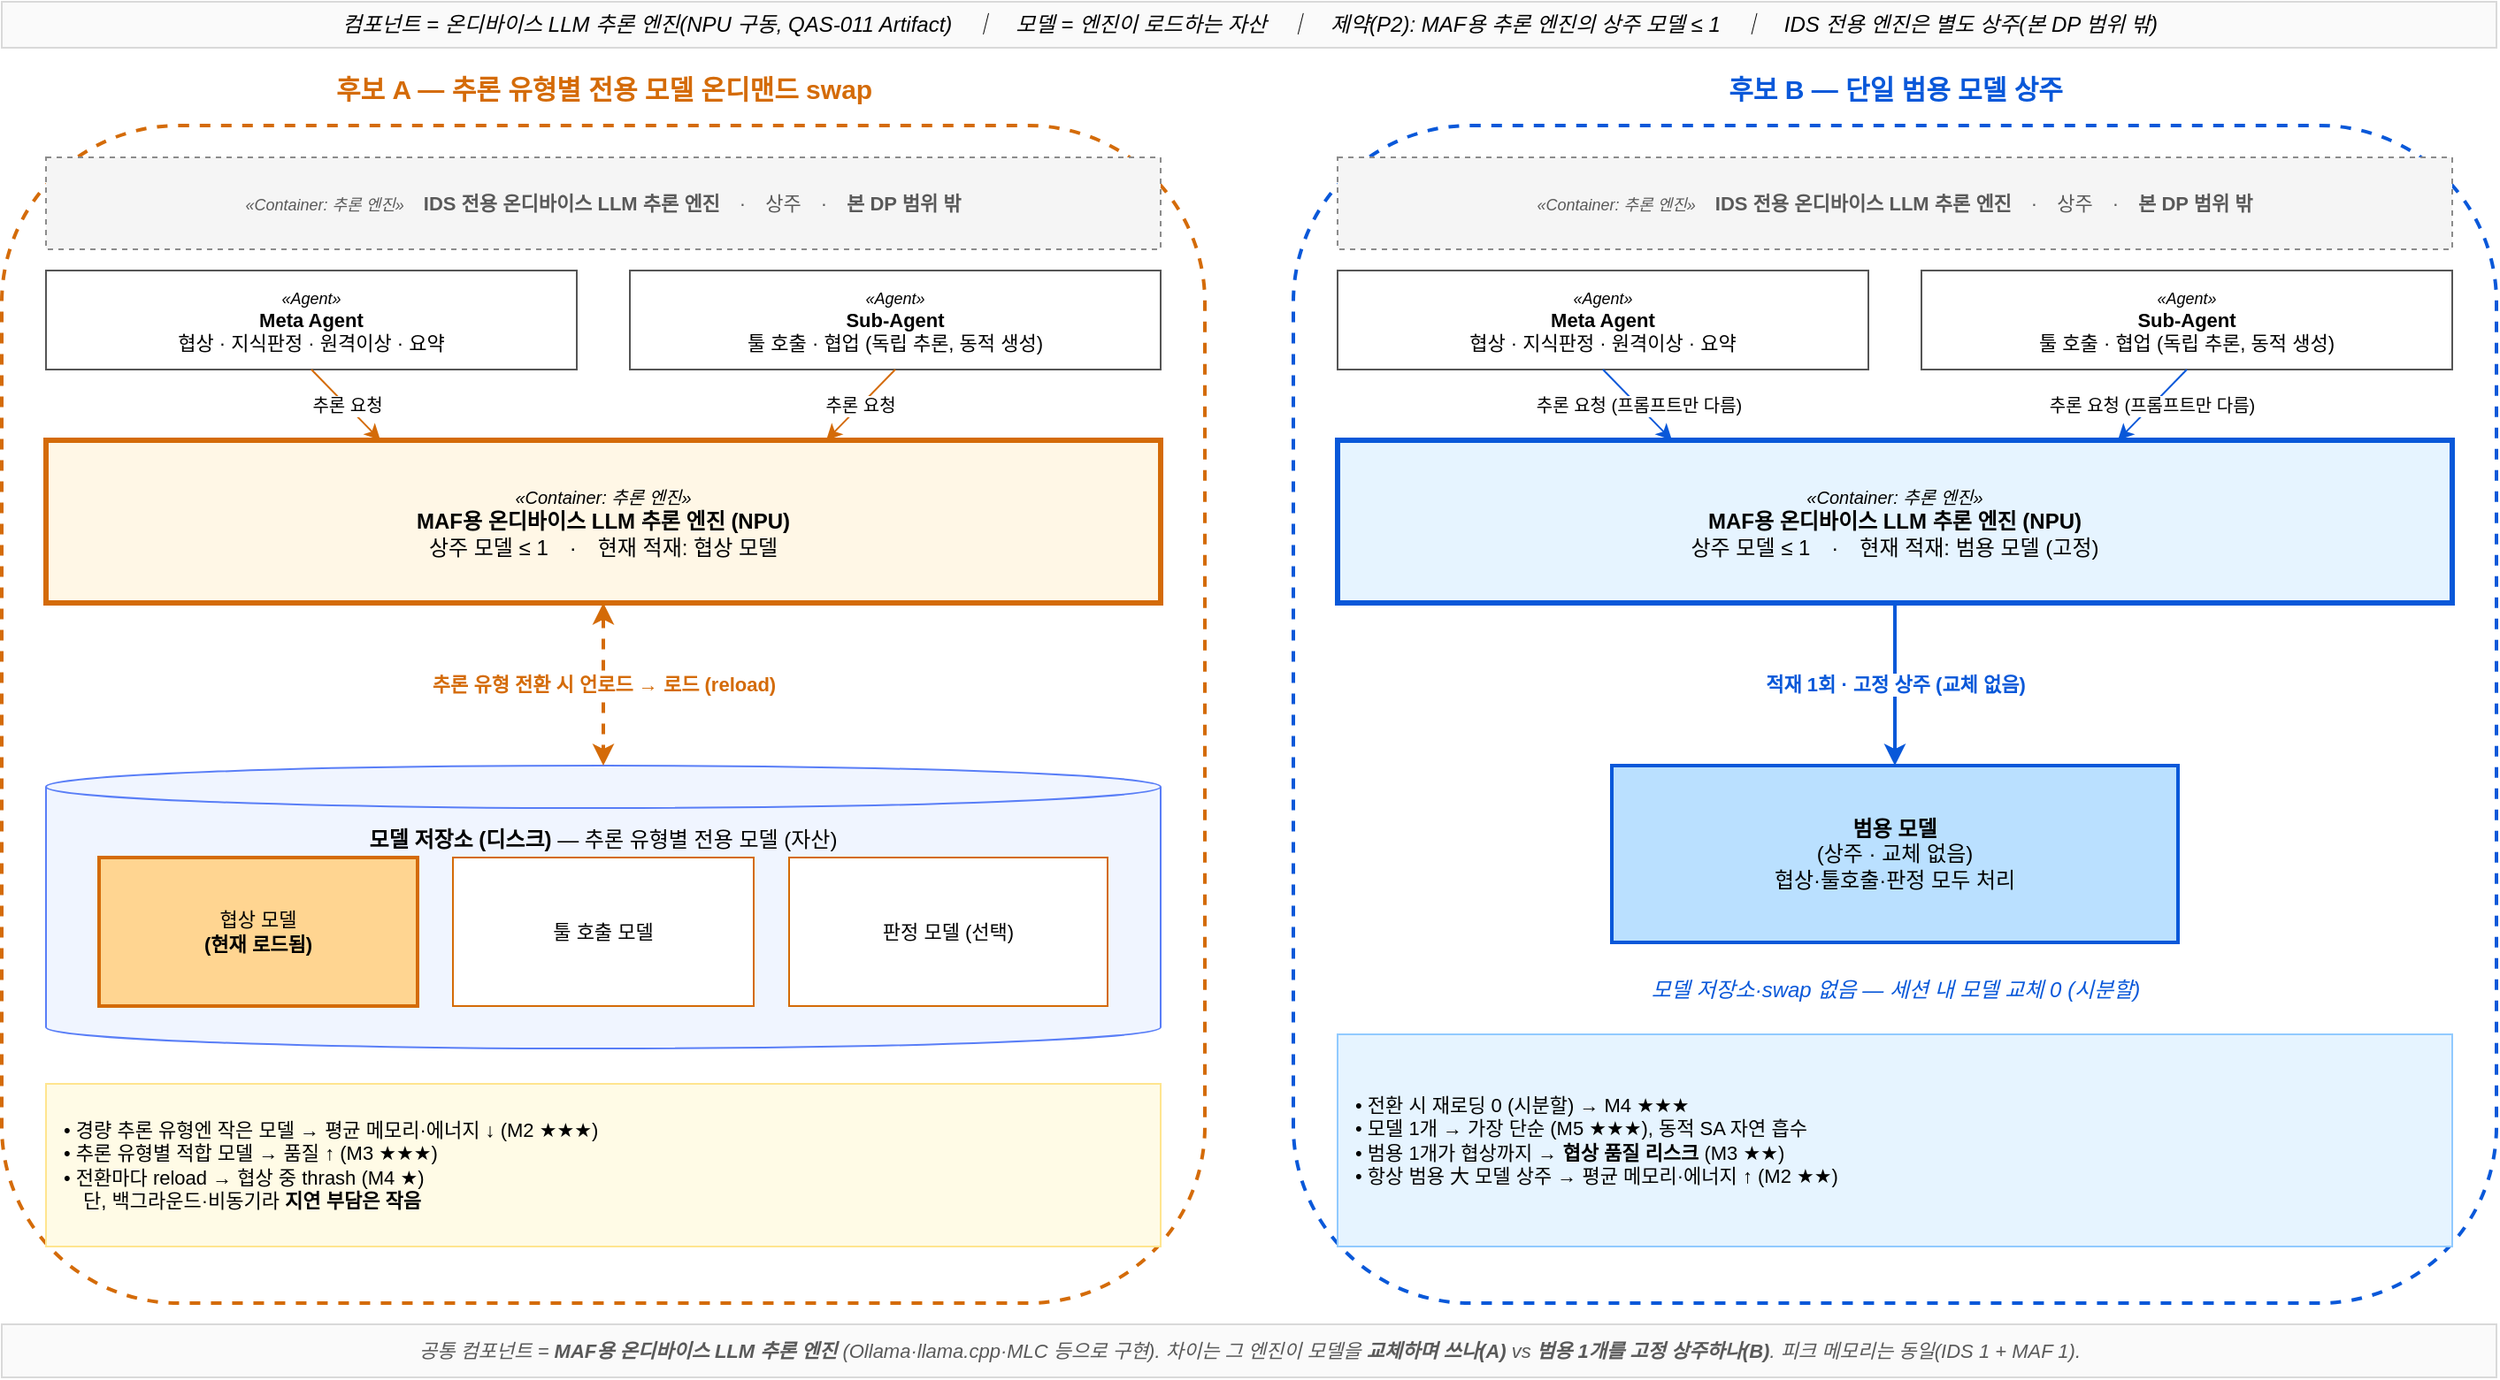
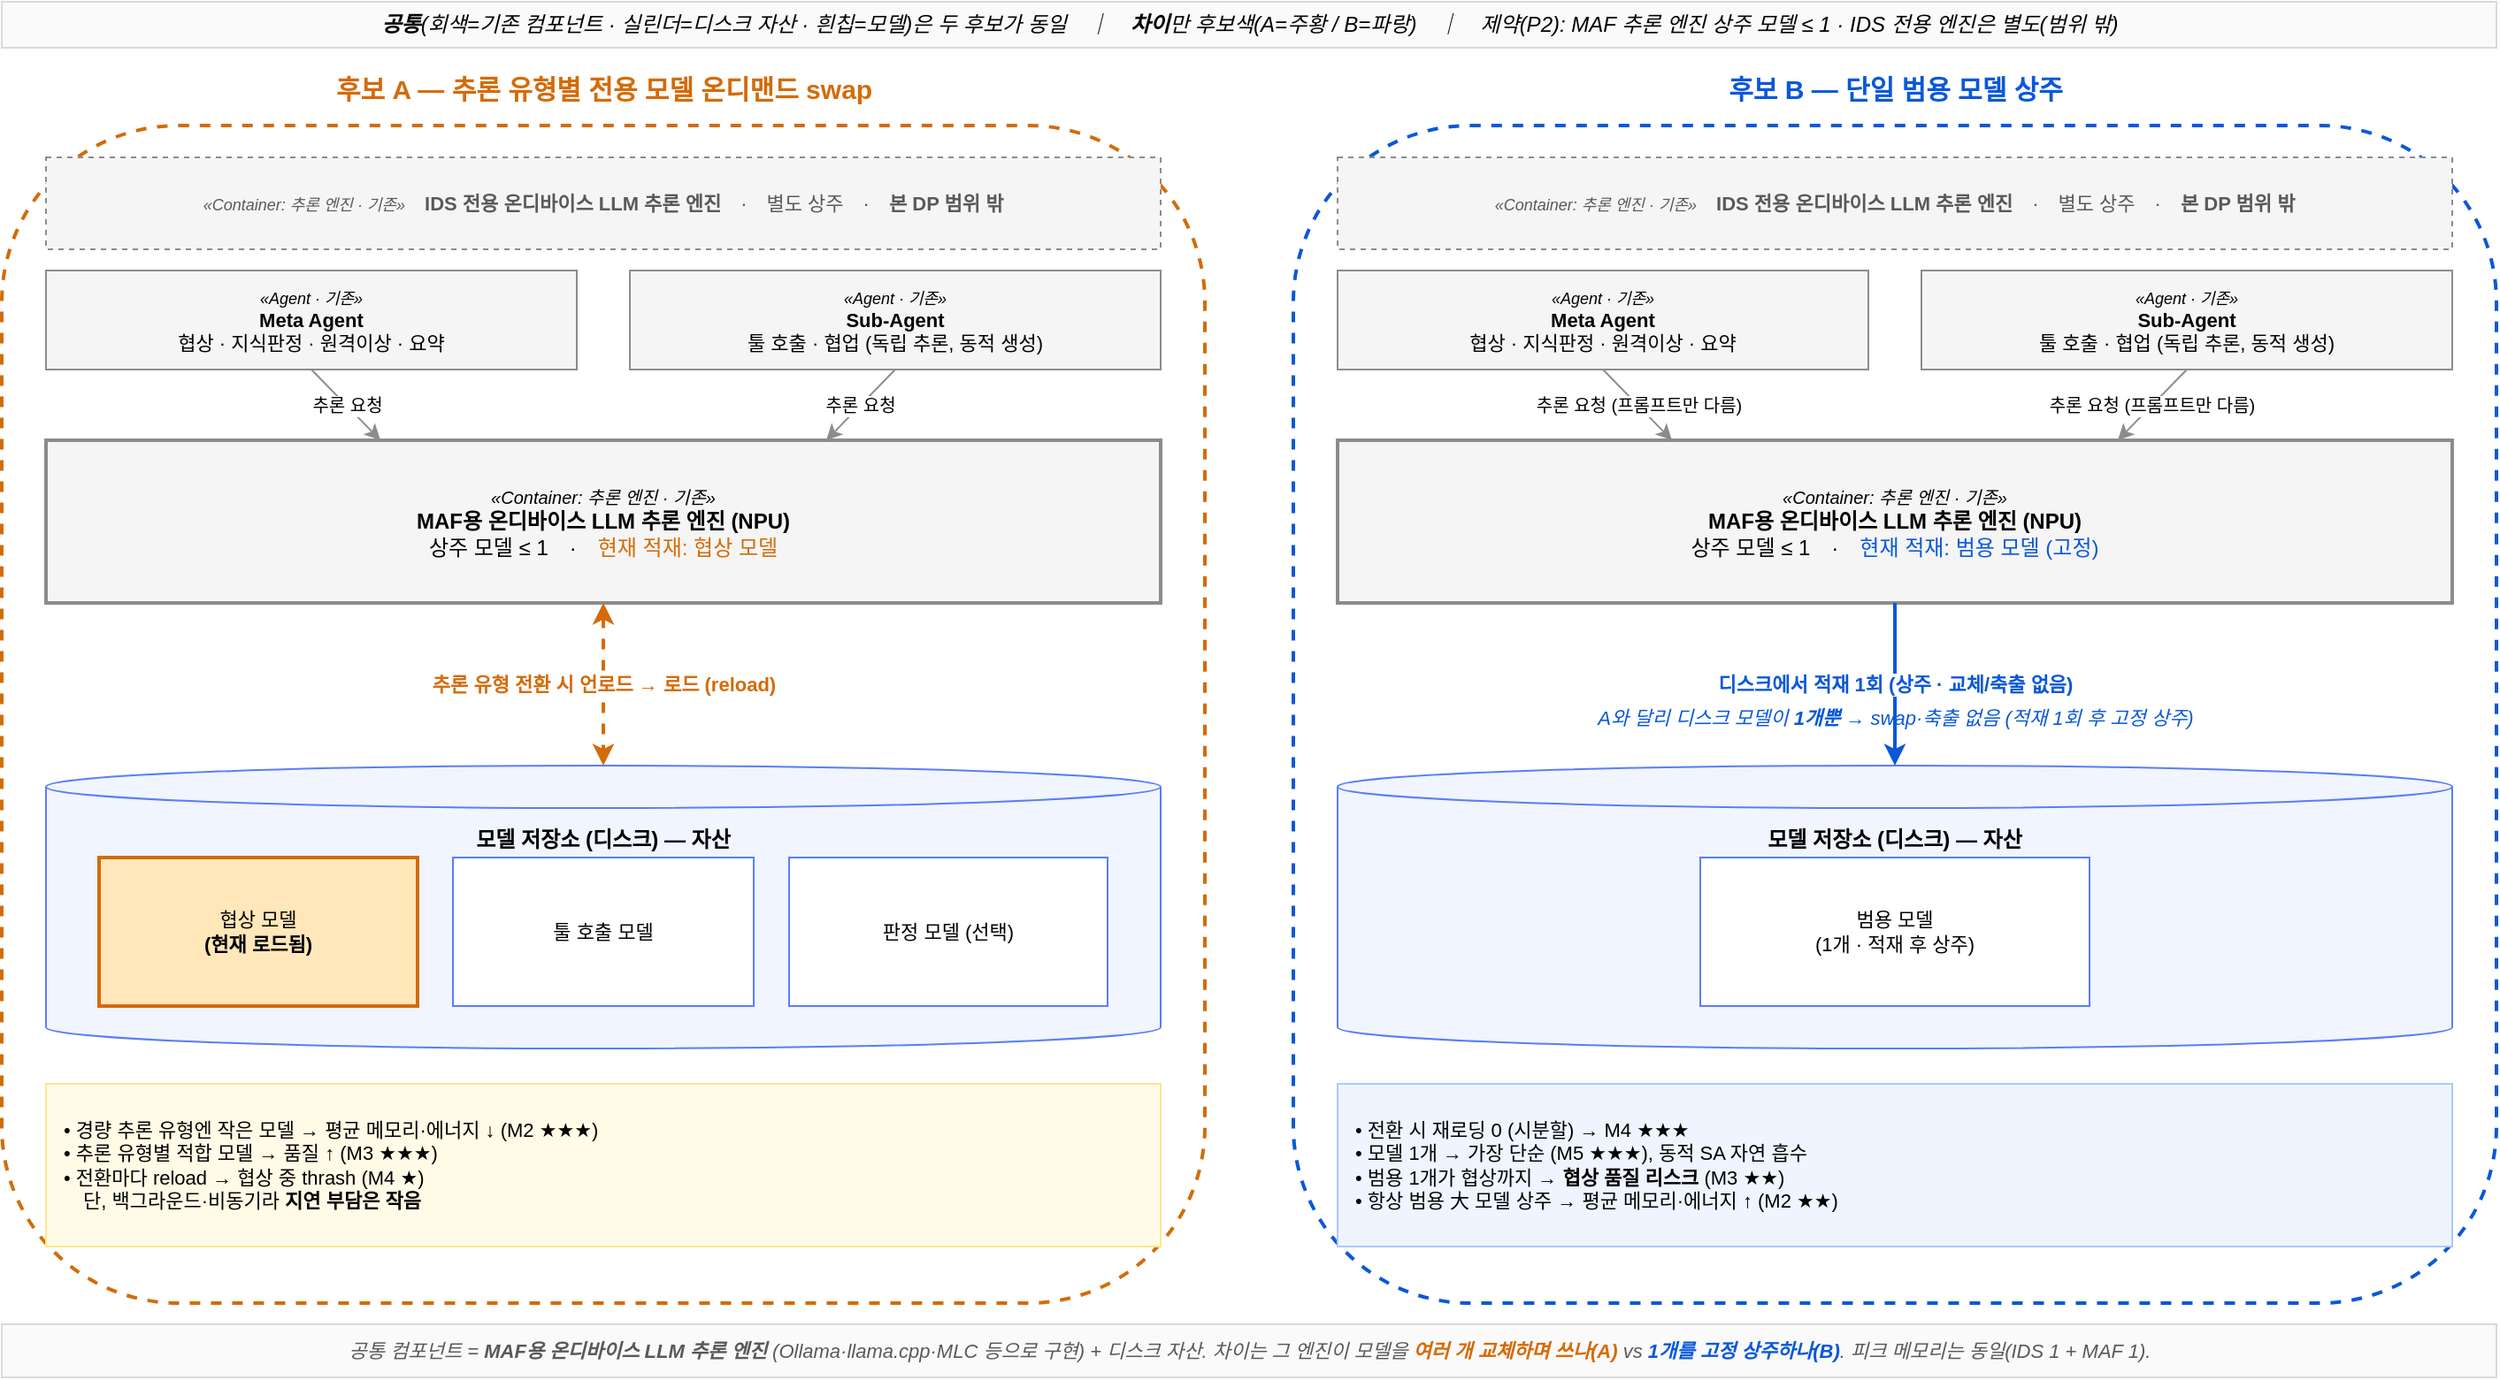
<mxfile host="65bd71144e">
    <diagram name="MAF-LLM-Placement-Candidates" id="dp-maf-llm-placement">
        <mxGraphModel dx="1000" dy="800" grid="1" gridSize="10" guides="1" tooltips="1" connect="1" arrows="1" fold="1" page="1" pageScale="1" pageWidth="1500" pageHeight="800" math="0" shadow="0">
            <root>
                <mxCell id="0"/>
                <mxCell id="1" parent="0"/>
-                 <mxCell id="legend" value="컴포넌트 = 온디바이스 LLM 추론 엔진(NPU 구동, QAS-011 Artifact)　｜　모델 = 엔진이 로드하는 자산　｜　제약(P2): MAF용 추론 엔진의 상주 모델 ≤ 1　｜　IDS 전용 엔진은 별도 상주(본 DP 범위 밖)" style="text;html=1;align=center;verticalAlign=middle;fontSize=12;fontStyle=2;fillColor=#fafafa;strokeColor=#d9d9d9" parent="1" vertex="1">
+                 <mxCell id="legend" value="&lt;b&gt;공통&lt;/b&gt;(회색=기존 컴포넌트 · 실린더=디스크 자산 · 흰칩=모델)은 두 후보가 동일　｜　&lt;b&gt;차이&lt;/b&gt;만 후보색(A=주황 / B=파랑)　｜　제약(P2): MAF 추론 엔진 상주 모델 ≤ 1 · IDS 전용 엔진은 별도(범위 밖)" style="text;html=1;align=center;verticalAlign=middle;fontSize=12;fontStyle=2;fillColor=#fafafa;strokeColor=#d9d9d9" parent="1" vertex="1">
                    <mxGeometry x="30" y="8" width="1410" height="26" as="geometry"/>
                </mxCell>
                <mxCell id="titleA" value="후보 A — 추론 유형별 전용 모델 온디맨드 swap" style="text;html=1;align=center;verticalAlign=middle;fontSize=15;fontStyle=1;fontColor=#d46b08" parent="1" vertex="1">
                    <mxGeometry x="30" y="44" width="680" height="26" as="geometry"/>
                </mxCell>
                <mxCell id="titleB" value="후보 B — 단일 범용 모델 상주" style="text;html=1;align=center;verticalAlign=middle;fontSize=15;fontStyle=1;fontColor=#0958d9" parent="1" vertex="1">
                    <mxGeometry x="760" y="44" width="680" height="26" as="geometry"/>
                </mxCell>
                <mxCell id="frameA" value="" style="rounded=1;whiteSpace=wrap;html=1;fillColor=none;strokeColor=#d46b08;dashed=1;strokeWidth=2" parent="1" vertex="1">
                    <mxGeometry x="30" y="78" width="680" height="666" as="geometry"/>
                </mxCell>
                <mxCell id="frameB" value="" style="rounded=1;whiteSpace=wrap;html=1;fillColor=none;strokeColor=#0958d9;dashed=1;strokeWidth=2" parent="1" vertex="1">
                    <mxGeometry x="760" y="78" width="680" height="666" as="geometry"/>
                </mxCell>
-                 <mxCell id="a_ids" value="&lt;i style=&quot;font-size:9px;&quot;&gt;«Container: 추론 엔진»&lt;/i&gt;　&lt;b&gt;IDS 전용 온디바이스 LLM 추론 엔진&lt;/b&gt;　·　상주　·　&lt;b&gt;본 DP 범위 밖&lt;/b&gt;" style="rounded=0;whiteSpace=wrap;html=1;fillColor=#f5f5f5;strokeColor=#8c8c8c;dashed=1;fontSize=11;fontColor=#595959;verticalAlign=middle;align=center" parent="1" vertex="1">
+                 <mxCell id="a_ids" value="&lt;i style=&quot;font-size:9px;&quot;&gt;«Container: 추론 엔진 · 기존»&lt;/i&gt;　&lt;b&gt;IDS 전용 온디바이스 LLM 추론 엔진&lt;/b&gt;　·　별도 상주　·　&lt;b&gt;본 DP 범위 밖&lt;/b&gt;" style="rounded=0;whiteSpace=wrap;html=1;fillColor=#f5f5f5;strokeColor=#8c8c8c;dashed=1;fontSize=11;fontColor=#595959;verticalAlign=middle;align=center" parent="1" vertex="1">
                    <mxGeometry x="55" y="96" width="630" height="52" as="geometry"/>
                </mxCell>
-                 <mxCell id="a_ma" value="&lt;i style=&quot;font-size:9px;&quot;&gt;«Agent»&lt;/i&gt;&#10;&lt;b&gt;Meta Agent&lt;/b&gt;&#10;협상 · 지식판정 · 원격이상 · 요약" style="rounded=0;whiteSpace=wrap;html=1;fillColor=#ffffff;strokeColor=#555555;fontSize=11;verticalAlign=middle;align=center" parent="1" vertex="1">
+                 <mxCell id="a_ma" value="&lt;i style=&quot;font-size:9px;&quot;&gt;«Agent · 기존»&lt;/i&gt;&#10;&lt;b&gt;Meta Agent&lt;/b&gt;&#10;협상 · 지식판정 · 원격이상 · 요약" style="rounded=0;whiteSpace=wrap;html=1;fillColor=#f5f5f5;strokeColor=#8c8c8c;fontSize=11;verticalAlign=middle;align=center" parent="1" vertex="1">
                    <mxGeometry x="55" y="160" width="300" height="56" as="geometry"/>
                </mxCell>
-                 <mxCell id="a_sa" value="&lt;i style=&quot;font-size:9px;&quot;&gt;«Agent»&lt;/i&gt;&#10;&lt;b&gt;Sub-Agent&lt;/b&gt;&#10;툴 호출 · 협업 (독립 추론, 동적 생성)" style="rounded=0;whiteSpace=wrap;html=1;fillColor=#ffffff;strokeColor=#555555;fontSize=11;verticalAlign=middle;align=center" parent="1" vertex="1">
+                 <mxCell id="a_sa" value="&lt;i style=&quot;font-size:9px;&quot;&gt;«Agent · 기존»&lt;/i&gt;&#10;&lt;b&gt;Sub-Agent&lt;/b&gt;&#10;툴 호출 · 협업 (독립 추론, 동적 생성)" style="rounded=0;whiteSpace=wrap;html=1;fillColor=#f5f5f5;strokeColor=#8c8c8c;fontSize=11;verticalAlign=middle;align=center" parent="1" vertex="1">
                    <mxGeometry x="385" y="160" width="300" height="56" as="geometry"/>
                </mxCell>
-                 <mxCell id="a_engine" value="&lt;i style=&quot;font-size:10px;&quot;&gt;«Container: 추론 엔진»&lt;/i&gt;&#10;&lt;b&gt;MAF용 온디바이스 LLM 추론 엔진 (NPU)&lt;/b&gt;&#10;상주 모델 ≤ 1　·　현재 적재: 협상 모델" style="rounded=0;whiteSpace=wrap;html=1;fillColor=#fff7e6;strokeColor=#d46b08;strokeWidth=3;fontSize=12;verticalAlign=middle;align=center" parent="1" vertex="1">
+                 <mxCell id="a_engine" value="&lt;i style=&quot;font-size:10px;&quot;&gt;«Container: 추론 엔진 · 기존»&lt;/i&gt;&#10;&lt;b&gt;MAF용 온디바이스 LLM 추론 엔진 (NPU)&lt;/b&gt;&#10;상주 모델 ≤ 1　·　&lt;font color=&quot;#d46b08&quot;&gt;현재 적재: 협상 모델&lt;/font&gt;" style="rounded=0;whiteSpace=wrap;html=1;fillColor=#f5f5f5;strokeColor=#8c8c8c;strokeWidth=2;fontSize=12;verticalAlign=middle;align=center" parent="1" vertex="1">
                    <mxGeometry x="55" y="256" width="630" height="92" as="geometry"/>
                </mxCell>
-                 <mxCell id="a_store" value="&lt;b&gt;모델 저장소 (디스크)&lt;/b&gt; — 추론 유형별 전용 모델 (자산)" style="shape=cylinder3;whiteSpace=wrap;html=1;fillColor=#f0f5ff;strokeColor=#597ef7;fontSize=12;verticalAlign=top;align=center;boundedLbl=1;backgroundOutline=1;size=12;spacingTop=4" parent="1" vertex="1">
+                 <mxCell id="a_store" value="&lt;b&gt;모델 저장소 (디스크) — 자산&lt;/b&gt;" style="shape=cylinder3;whiteSpace=wrap;html=1;fillColor=#f0f5ff;strokeColor=#597ef7;fontSize=12;verticalAlign=top;align=center;boundedLbl=1;backgroundOutline=1;size=12;spacingTop=4" parent="1" vertex="1">
                    <mxGeometry x="55" y="440" width="630" height="160" as="geometry"/>
                </mxCell>
-                 <mxCell id="a_m1" value="협상 모델&#10;&lt;b&gt;(현재 로드됨)&lt;/b&gt;" style="rounded=0;whiteSpace=wrap;html=1;fillColor=#ffd591;strokeColor=#d46b08;strokeWidth=2;fontSize=11;verticalAlign=middle;align=center" parent="1" vertex="1">
+                 <mxCell id="a_m1" value="협상 모델&#10;&lt;b&gt;(현재 로드됨)&lt;/b&gt;" style="rounded=0;whiteSpace=wrap;html=1;fillColor=#ffe7ba;strokeColor=#d46b08;strokeWidth=2;fontSize=11;verticalAlign=middle;align=center" parent="1" vertex="1">
                    <mxGeometry x="85" y="492" width="180" height="84" as="geometry"/>
                </mxCell>
-                 <mxCell id="a_m2" value="툴 호출 모델" style="rounded=0;whiteSpace=wrap;html=1;fillColor=#ffffff;strokeColor=#d46b08;fontSize=11;verticalAlign=middle;align=center" parent="1" vertex="1">
+                 <mxCell id="a_m2" value="툴 호출 모델" style="rounded=0;whiteSpace=wrap;html=1;fillColor=#ffffff;strokeColor=#597ef7;fontSize=11;verticalAlign=middle;align=center" parent="1" vertex="1">
                    <mxGeometry x="285" y="492" width="170" height="84" as="geometry"/>
                </mxCell>
-                 <mxCell id="a_m3" value="판정 모델 (선택)" style="rounded=0;whiteSpace=wrap;html=1;fillColor=#ffffff;strokeColor=#d46b08;fontSize=11;verticalAlign=middle;align=center" parent="1" vertex="1">
+                 <mxCell id="a_m3" value="판정 모델 (선택)" style="rounded=0;whiteSpace=wrap;html=1;fillColor=#ffffff;strokeColor=#597ef7;fontSize=11;verticalAlign=middle;align=center" parent="1" vertex="1">
                    <mxGeometry x="475" y="492" width="180" height="84" as="geometry"/>
                </mxCell>
                <mxCell id="a_swap" value="추론 유형 전환 시  언로드 → 로드 (reload)" style="endArrow=classic;startArrow=classic;html=1;dashed=1;strokeColor=#d46b08;strokeWidth=2;fontSize=11;fontColor=#d46b08;fontStyle=1;exitX=0.5;exitY=1;exitDx=0;exitDy=0;entryX=0.5;entryY=0;entryDx=0;entryDy=0" parent="1" source="a_engine" target="a_store" edge="1">
                    <mxGeometry relative="1" as="geometry"/>
                </mxCell>
-                 <mxCell id="a_ma_engine" value="추론 요청" style="endArrow=classic;html=1;strokeColor=#d46b08;fontSize=10;exitX=0.5;exitY=1;exitDx=0;exitDy=0;entryX=0.3;entryY=0;entryDx=0;entryDy=0" parent="1" source="a_ma" target="a_engine" edge="1">
+                 <mxCell id="a_ma_engine" value="추론 요청" style="endArrow=classic;html=1;strokeColor=#8c8c8c;fontSize=10;exitX=0.5;exitY=1;exitDx=0;exitDy=0;entryX=0.3;entryY=0;entryDx=0;entryDy=0" parent="1" source="a_ma" target="a_engine" edge="1">
                    <mxGeometry relative="1" as="geometry"/>
                </mxCell>
-                 <mxCell id="a_sa_engine" value="추론 요청" style="endArrow=classic;html=1;strokeColor=#d46b08;fontSize=10;exitX=0.5;exitY=1;exitDx=0;exitDy=0;entryX=0.7;entryY=0;entryDx=0;entryDy=0" parent="1" source="a_sa" target="a_engine" edge="1">
+                 <mxCell id="a_sa_engine" value="추론 요청" style="endArrow=classic;html=1;strokeColor=#8c8c8c;fontSize=10;exitX=0.5;exitY=1;exitDx=0;exitDy=0;entryX=0.7;entryY=0;entryDx=0;entryDy=0" parent="1" source="a_sa" target="a_engine" edge="1">
                    <mxGeometry relative="1" as="geometry"/>
                </mxCell>
                <mxCell id="a_note" value="• 경량 추론 유형엔 작은 모델 → 평균 메모리·에너지 ↓ (M2 ★★★)&#10;• 추론 유형별 적합 모델 → 품질 ↑ (M3 ★★★)&#10;• 전환마다 reload → 협상 중 thrash (M4 ★)&#10;　단, 백그라운드·비동기라 &lt;b&gt;지연 부담은 작음&lt;/b&gt;" style="text;html=1;align=left;verticalAlign=middle;fontSize=11;spacingLeft=8;fillColor=#fffbe6;strokeColor=#ffe58f" parent="1" vertex="1">
                    <mxGeometry x="55" y="620" width="630" height="92" as="geometry"/>
                </mxCell>
-                 <mxCell id="b_ids" value="&lt;i style=&quot;font-size:9px;&quot;&gt;«Container: 추론 엔진»&lt;/i&gt;　&lt;b&gt;IDS 전용 온디바이스 LLM 추론 엔진&lt;/b&gt;　·　상주　·　&lt;b&gt;본 DP 범위 밖&lt;/b&gt;" style="rounded=0;whiteSpace=wrap;html=1;fillColor=#f5f5f5;strokeColor=#8c8c8c;dashed=1;fontSize=11;fontColor=#595959;verticalAlign=middle;align=center" parent="1" vertex="1">
+                 <mxCell id="b_ids" value="&lt;i style=&quot;font-size:9px;&quot;&gt;«Container: 추론 엔진 · 기존»&lt;/i&gt;　&lt;b&gt;IDS 전용 온디바이스 LLM 추론 엔진&lt;/b&gt;　·　별도 상주　·　&lt;b&gt;본 DP 범위 밖&lt;/b&gt;" style="rounded=0;whiteSpace=wrap;html=1;fillColor=#f5f5f5;strokeColor=#8c8c8c;dashed=1;fontSize=11;fontColor=#595959;verticalAlign=middle;align=center" parent="1" vertex="1">
                    <mxGeometry x="785" y="96" width="630" height="52" as="geometry"/>
                </mxCell>
-                 <mxCell id="b_ma" value="&lt;i style=&quot;font-size:9px;&quot;&gt;«Agent»&lt;/i&gt;&#10;&lt;b&gt;Meta Agent&lt;/b&gt;&#10;협상 · 지식판정 · 원격이상 · 요약" style="rounded=0;whiteSpace=wrap;html=1;fillColor=#ffffff;strokeColor=#555555;fontSize=11;verticalAlign=middle;align=center" parent="1" vertex="1">
+                 <mxCell id="b_ma" value="&lt;i style=&quot;font-size:9px;&quot;&gt;«Agent · 기존»&lt;/i&gt;&#10;&lt;b&gt;Meta Agent&lt;/b&gt;&#10;협상 · 지식판정 · 원격이상 · 요약" style="rounded=0;whiteSpace=wrap;html=1;fillColor=#f5f5f5;strokeColor=#8c8c8c;fontSize=11;verticalAlign=middle;align=center" parent="1" vertex="1">
                    <mxGeometry x="785" y="160" width="300" height="56" as="geometry"/>
                </mxCell>
-                 <mxCell id="b_sa" value="&lt;i style=&quot;font-size:9px;&quot;&gt;«Agent»&lt;/i&gt;&#10;&lt;b&gt;Sub-Agent&lt;/b&gt;&#10;툴 호출 · 협업 (독립 추론, 동적 생성)" style="rounded=0;whiteSpace=wrap;html=1;fillColor=#ffffff;strokeColor=#555555;fontSize=11;verticalAlign=middle;align=center" parent="1" vertex="1">
+                 <mxCell id="b_sa" value="&lt;i style=&quot;font-size:9px;&quot;&gt;«Agent · 기존»&lt;/i&gt;&#10;&lt;b&gt;Sub-Agent&lt;/b&gt;&#10;툴 호출 · 협업 (독립 추론, 동적 생성)" style="rounded=0;whiteSpace=wrap;html=1;fillColor=#f5f5f5;strokeColor=#8c8c8c;fontSize=11;verticalAlign=middle;align=center" parent="1" vertex="1">
                    <mxGeometry x="1115" y="160" width="300" height="56" as="geometry"/>
                </mxCell>
-                 <mxCell id="b_engine" value="&lt;i style=&quot;font-size:10px;&quot;&gt;«Container: 추론 엔진»&lt;/i&gt;&#10;&lt;b&gt;MAF용 온디바이스 LLM 추론 엔진 (NPU)&lt;/b&gt;&#10;상주 모델 ≤ 1　·　현재 적재: 범용 모델 (고정)" style="rounded=0;whiteSpace=wrap;html=1;fillColor=#e6f4ff;strokeColor=#0958d9;strokeWidth=3;fontSize=12;verticalAlign=middle;align=center" parent="1" vertex="1">
+                 <mxCell id="b_engine" value="&lt;i style=&quot;font-size:10px;&quot;&gt;«Container: 추론 엔진 · 기존»&lt;/i&gt;&#10;&lt;b&gt;MAF용 온디바이스 LLM 추론 엔진 (NPU)&lt;/b&gt;&#10;상주 모델 ≤ 1　·　&lt;font color=&quot;#0958d9&quot;&gt;현재 적재: 범용 모델 (고정)&lt;/font&gt;" style="rounded=0;whiteSpace=wrap;html=1;fillColor=#f5f5f5;strokeColor=#8c8c8c;strokeWidth=2;fontSize=12;verticalAlign=middle;align=center" parent="1" vertex="1">
                    <mxGeometry x="785" y="256" width="630" height="92" as="geometry"/>
                </mxCell>
-                 <mxCell id="b_model" value="&lt;b&gt;범용 모델&lt;/b&gt;&#10;(상주 · 교체 없음)&#10;협상·툴호출·판정 모두 처리" style="rounded=0;whiteSpace=wrap;html=1;fillColor=#bae0ff;strokeColor=#0958d9;strokeWidth=2;fontSize=12;verticalAlign=middle;align=center" parent="1" vertex="1">
-                     <mxGeometry x="940" y="440" width="320" height="100" as="geometry"/>
+                 <mxCell id="b_noswap" value="A와 달리 디스크 모델이 &lt;b&gt;1개뿐&lt;/b&gt; → swap·축출 없음 (적재 1회 후 고정 상주)" style="text;html=1;align=center;verticalAlign=middle;fontSize=11;fontStyle=2;fontColor=#0958d9" parent="1" vertex="1">
+                     <mxGeometry x="785" y="402" width="630" height="22" as="geometry"/>
                </mxCell>
-                 <mxCell id="b_load" value="적재 1회 · 고정 상주 (교체 없음)" style="endArrow=classic;html=1;strokeColor=#0958d9;strokeWidth=2;fontSize=11;fontColor=#0958d9;fontStyle=1;exitX=0.5;exitY=1;exitDx=0;exitDy=0;entryX=0.5;entryY=0;entryDx=0;entryDy=0" parent="1" source="b_engine" target="b_model" edge="1">
+                 <mxCell id="b_store" value="&lt;b&gt;모델 저장소 (디스크) — 자산&lt;/b&gt;" style="shape=cylinder3;whiteSpace=wrap;html=1;fillColor=#f0f5ff;strokeColor=#597ef7;fontSize=12;verticalAlign=top;align=center;boundedLbl=1;backgroundOutline=1;size=12;spacingTop=4" parent="1" vertex="1">
+                     <mxGeometry x="785" y="440" width="630" height="160" as="geometry"/>
+                 </mxCell>
+                 <mxCell id="b_m" value="범용 모델&#10;(1개 · 적재 후 상주)" style="rounded=0;whiteSpace=wrap;html=1;fillColor=#ffffff;strokeColor=#597ef7;fontSize=11;verticalAlign=middle;align=center" parent="1" vertex="1">
+                     <mxGeometry x="990" y="492" width="220" height="84" as="geometry"/>
+                 </mxCell>
+                 <mxCell id="b_load" value="디스크에서 적재 1회 (상주 · 교체/축출 없음)" style="endArrow=classic;html=1;strokeColor=#0958d9;strokeWidth=2;fontSize=11;fontColor=#0958d9;fontStyle=1;exitX=0.5;exitY=1;exitDx=0;exitDy=0;entryX=0.5;entryY=0;entryDx=0;entryDy=0" parent="1" source="b_engine" target="b_store" edge="1">
                    <mxGeometry relative="1" as="geometry"/>
                </mxCell>
-                 <mxCell id="b_ma_engine" value="추론 요청 (프롬프트만 다름)" style="endArrow=classic;html=1;strokeColor=#0958d9;fontSize=10;exitX=0.5;exitY=1;exitDx=0;exitDy=0;entryX=0.3;entryY=0;entryDx=0;entryDy=0" parent="1" source="b_ma" target="b_engine" edge="1">
+                 <mxCell id="b_ma_engine" value="추론 요청 (프롬프트만 다름)" style="endArrow=classic;html=1;strokeColor=#8c8c8c;fontSize=10;exitX=0.5;exitY=1;exitDx=0;exitDy=0;entryX=0.3;entryY=0;entryDx=0;entryDy=0" parent="1" source="b_ma" target="b_engine" edge="1">
                    <mxGeometry relative="1" as="geometry"/>
                </mxCell>
-                 <mxCell id="b_sa_engine" value="추론 요청 (프롬프트만 다름)" style="endArrow=classic;html=1;strokeColor=#0958d9;fontSize=10;exitX=0.5;exitY=1;exitDx=0;exitDy=0;entryX=0.7;entryY=0;entryDx=0;entryDy=0" parent="1" source="b_sa" target="b_engine" edge="1">
+                 <mxCell id="b_sa_engine" value="추론 요청 (프롬프트만 다름)" style="endArrow=classic;html=1;strokeColor=#8c8c8c;fontSize=10;exitX=0.5;exitY=1;exitDx=0;exitDy=0;entryX=0.7;entryY=0;entryDx=0;entryDy=0" parent="1" source="b_sa" target="b_engine" edge="1">
                    <mxGeometry relative="1" as="geometry"/>
                </mxCell>
-                 <mxCell id="b_noswap" value="모델 저장소·swap 없음 — 세션 내 모델 교체 0 (시분할)" style="text;html=1;align=center;verticalAlign=middle;fontSize=12;fontStyle=2;fontColor=#0958d9" parent="1" vertex="1">
-                     <mxGeometry x="785" y="556" width="630" height="22" as="geometry"/>
+                 <mxCell id="b_note" value="• 전환 시 재로딩 0 (시분할) → M4 ★★★&#10;• 모델 1개 → 가장 단순 (M5 ★★★), 동적 SA 자연 흡수&#10;• 범용 1개가 협상까지 → &lt;b&gt;협상 품질 리스크&lt;/b&gt; (M3 ★★)&#10;• 항상 범용 大 모델 상주 → 평균 메모리·에너지 ↑ (M2 ★★)" style="text;html=1;align=left;verticalAlign=middle;fontSize=11;spacingLeft=8;fillColor=#eef5ff;strokeColor=#adc6ff" parent="1" vertex="1">
+                     <mxGeometry x="785" y="620" width="630" height="92" as="geometry"/>
                </mxCell>
-                 <mxCell id="b_note" value="• 전환 시 재로딩 0 (시분할) → M4 ★★★&#10;• 모델 1개 → 가장 단순 (M5 ★★★), 동적 SA 자연 흡수&#10;• 범용 1개가 협상까지 → &lt;b&gt;협상 품질 리스크&lt;/b&gt; (M3 ★★)&#10;• 항상 범용 大 모델 상주 → 평균 메모리·에너지 ↑ (M2 ★★)" style="text;html=1;align=left;verticalAlign=middle;fontSize=11;spacingLeft=8;fillColor=#e6f4ff;strokeColor=#91caff" parent="1" vertex="1">
-                     <mxGeometry x="785" y="592" width="630" height="120" as="geometry"/>
-                 </mxCell>
-                 <mxCell id="footnote" value="공통 컴포넌트 = &lt;b&gt;MAF용 온디바이스 LLM 추론 엔진&lt;/b&gt; (Ollama·llama.cpp·MLC 등으로 구현). 차이는 그 엔진이 모델을 &lt;b&gt;교체하며 쓰나(A)&lt;/b&gt; vs &lt;b&gt;범용 1개를 고정 상주하나(B)&lt;/b&gt;. 피크 메모리는 동일(IDS 1 + MAF 1)." style="text;html=1;align=center;verticalAlign=middle;fontSize=11;fontStyle=2;fontColor=#595959;fillColor=#fafafa;strokeColor=#d9d9d9" parent="1" vertex="1">
+                 <mxCell id="footnote" value="공통 컴포넌트 = &lt;b&gt;MAF용 온디바이스 LLM 추론 엔진&lt;/b&gt; (Ollama·llama.cpp·MLC 등으로 구현) + 디스크 자산. 차이는 그 엔진이 모델을 &lt;b style=&quot;color:#d46b08;&quot;&gt;여러 개 교체하며 쓰나(A)&lt;/b&gt; vs &lt;b style=&quot;color:#0958d9;&quot;&gt;1개를 고정 상주하나(B)&lt;/b&gt;. 피크 메모리는 동일(IDS 1 + MAF 1)." style="text;html=1;align=center;verticalAlign=middle;fontSize=11;fontStyle=2;fontColor=#595959;fillColor=#fafafa;strokeColor=#d9d9d9" parent="1" vertex="1">
                    <mxGeometry x="30" y="756" width="1410" height="30" as="geometry"/>
                </mxCell>
            </root>
        </mxGraphModel>
    </diagram>
</mxfile>
